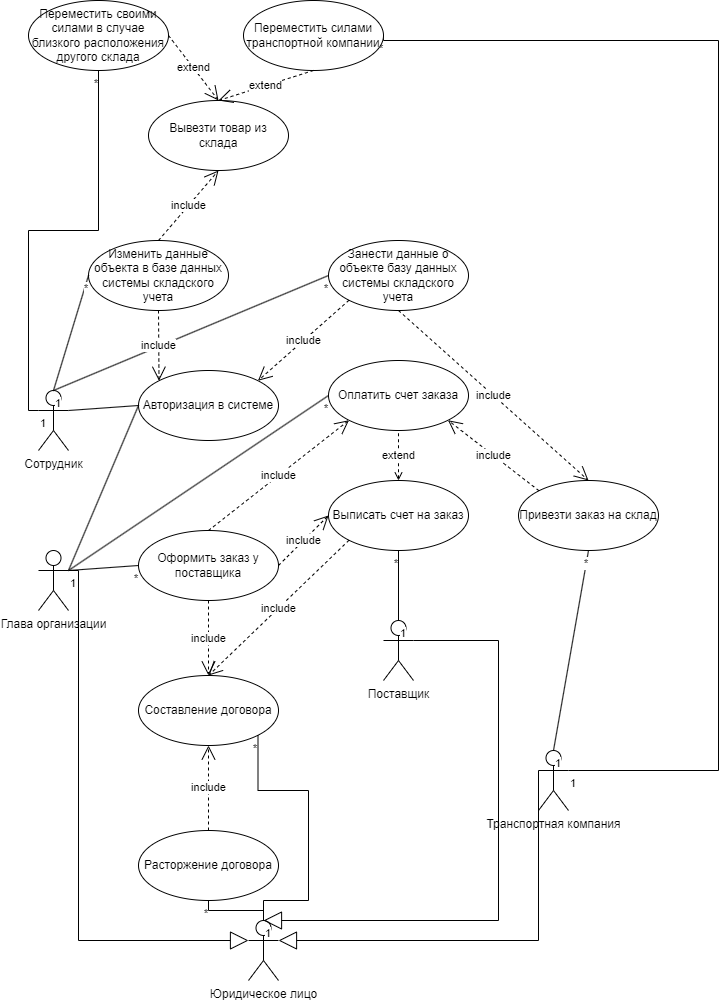
Before: lab01/use-case.png, a diagram exported from draw.io (MstislavRomanovski/UML). Source tidied: cells renumbered, new cells last; positions are measured from the earlier drawing's top-left corner, leaving out a move shared by most shapes.
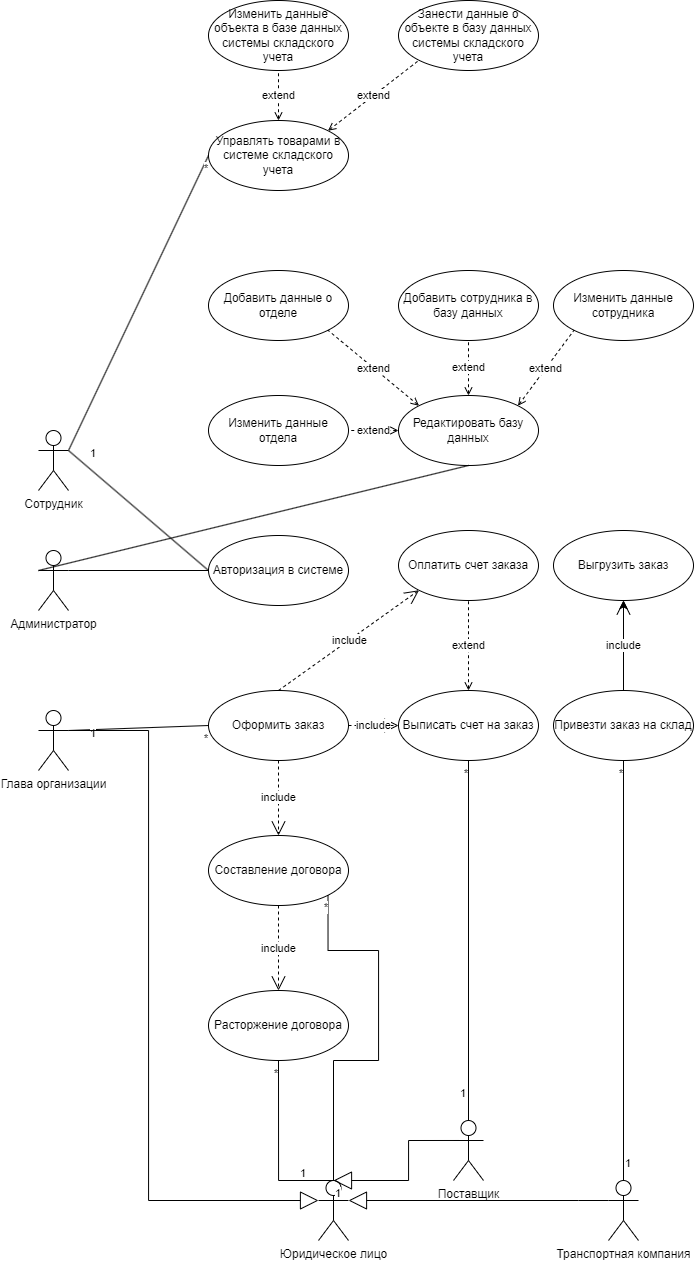
The same diagram one commit later.

Diff of the diagram source:
```diff
@@ -5,20 +5,17 @@
     <mxCell id="2" value="Сотрудник" style="shape=umlActor;verticalLabelPosition=bottom;verticalAlign=top;html=1;outlineConnect=0;" parent="1" vertex="1">
-      <mxGeometry x="10" y="390" width="30" height="60" as="geometry" />
+      <mxGeometry x="-60" y="270" width="30" height="60" as="geometry" />
     </mxCell>
-    <mxCell id="3" value="Занести данные о объекте базу данных системы складского учета" style="ellipse;whiteSpace=wrap;html=1;" parent="1" vertex="1">
-      <mxGeometry x="300" y="240" width="140" height="70" as="geometry" />
-    </mxCell>
     <mxCell id="4" value="Изменить данные объекта в базе данных системы складского учета" style="ellipse;whiteSpace=wrap;html=1;" parent="1" vertex="1">
-      <mxGeometry x="60" y="240" width="140" height="70" as="geometry" />
+      <mxGeometry x="110" y="-160" width="140" height="70" as="geometry" />
     </mxCell>
     <mxCell id="5" value="Авторизация в системе" style="ellipse;whiteSpace=wrap;html=1;" parent="1" vertex="1">
-      <mxGeometry x="110" y="370" width="140" height="70" as="geometry" />
+      <mxGeometry x="110" y="375" width="140" height="70" as="geometry" />
     </mxCell>
     <mxCell id="6" value="Глава организации" style="shape=umlActor;verticalLabelPosition=bottom;verticalAlign=top;html=1;outlineConnect=0;" parent="1" vertex="1">
-      <mxGeometry x="10" y="550" width="30" height="60" as="geometry" />
+      <mxGeometry x="-60" y="550" width="30" height="60" as="geometry" />
     </mxCell>
     <mxCell id="7" value="Поставщик" style="shape=umlActor;verticalLabelPosition=bottom;verticalAlign=top;html=1;outlineConnect=0;" parent="1" vertex="1">
-      <mxGeometry x="355" y="620" width="30" height="60" as="geometry" />
+      <mxGeometry x="355" y="960" width="30" height="60" as="geometry" />
     </mxCell>
-    <mxCell id="8" value="Оформить заказ у поставщика" style="ellipse;whiteSpace=wrap;html=1;" parent="1" vertex="1">
+    <mxCell id="8" value="Оформить заказ" style="ellipse;whiteSpace=wrap;html=1;" parent="1" vertex="1">
       <mxGeometry x="110" y="530" width="140" height="70" as="geometry" />
@@ -26,10 +23,10 @@
     <mxCell id="9" value="Выписать счет на заказ" style="ellipse;whiteSpace=wrap;html=1;" parent="1" vertex="1">
-      <mxGeometry x="300" y="480" width="140" height="70" as="geometry" />
+      <mxGeometry x="300" y="530" width="140" height="70" as="geometry" />
     </mxCell>
+    <mxCell id="67" style="edgeStyle=orthogonalEdgeStyle;rounded=0;jettySize=auto;html=1;" parent="1" edge="1" source="10" target="69">
+      <mxGeometry relative="1" as="geometry" />
+    </mxCell>
     <mxCell id="10" value="Привезти заказ на склад" style="ellipse;whiteSpace=wrap;html=1;" parent="1" vertex="1">
-      <mxGeometry x="490" y="480" width="140" height="70" as="geometry" />
+      <mxGeometry x="455" y="530" width="140" height="70" as="geometry" />
     </mxCell>
-    <mxCell id="11" style="endArrow=none;html=1;rounded=0;exitX=1;exitY=0.3333333333333333;exitDx=0;exitDy=0;exitPerimeter=0;entryX=0;entryY=0.5;entryDx=0;entryDy=0;" parent="1" edge="1" source="6" target="5">
-      <mxGeometry relative="1" as="geometry" />
-    </mxCell>
     <mxCell id="12" style="endArrow=none;html=1;rounded=0;entryX=1;entryY=0.3333333333333333;entryDx=0;entryDy=0;entryPerimeter=0;exitX=0;exitY=0.5;exitDx=0;exitDy=0;" parent="1" edge="1" source="5" target="2">
@@ -41,3 +38,5 @@
     <mxCell id="14" value="1" style="edgeLabel;html=1;align=left;verticalAlign=top;" parent="13" vertex="1">
-      <mxGeometry x="-1" relative="1" as="geometry" />
+      <mxGeometry x="-1" relative="1" as="geometry">
+        <mxPoint x="-10" y="-40" as="offset" />
+      </mxGeometry>
     </mxCell>
@@ -49,5 +48,2 @@
     </mxCell>
-    <mxCell id="17" value="include" style="endArrow=open;endSize=12;dashed=1;html=1;rounded=0;entryX=0.5;entryY=0;entryDx=0;entryDy=0;exitX=0.5;exitY=1;exitDx=0;exitDy=0;" parent="1" edge="1" source="3" target="10">
-      <mxGeometry relative="1" as="geometry" />
-    </mxCell>
     <mxCell id="18" style="endArrow=none;html=1;startArrow=none;startFill=0;rounded=0;exitX=1;exitY=0.3333333333333333;exitDx=0;exitDy=0;exitPerimeter=0;entryX=0;entryY=0.5;entryDx=0;entryDy=0;endFill=0;" parent="1" edge="1" source="6" target="8">
@@ -56,3 +52,5 @@
     <mxCell id="19" value="1" style="edgeLabel;html=1;align=left;verticalAlign=top;" parent="18" vertex="1">
-      <mxGeometry x="-1" relative="1" as="geometry" />
+      <mxGeometry x="-1" relative="1" as="geometry">
+        <mxPoint x="20" y="-10" as="offset" />
+      </mxGeometry>
     </mxCell>
@@ -61,12 +59,3 @@
     </mxCell>
-    <mxCell id="21" style="endArrow=none;html=1;startArrow=none;startFill=0;rounded=0;exitX=0.5;exitY=0;exitDx=0;exitDy=0;exitPerimeter=0;entryX=0;entryY=0.5;entryDx=0;entryDy=0;endFill=0;" parent="1" edge="1" source="2" target="4">
-      <mxGeometry relative="1" as="geometry" />
-    </mxCell>
-    <mxCell id="22" value="1" style="edgeLabel;html=1;align=left;verticalAlign=top;" parent="21" vertex="1">
-      <mxGeometry x="-1" relative="1" as="geometry" />
-    </mxCell>
-    <mxCell id="23" value="*" style="edgeLabel;html=1;align=right;verticalAlign=top;" parent="21" vertex="1">
-      <mxGeometry x="1" relative="1" as="geometry" />
-    </mxCell>
-    <mxCell id="24" style="endArrow=none;html=1;startArrow=none;startFill=0;rounded=0;exitX=0.5;exitY=0;exitDx=0;exitDy=0;exitPerimeter=0;entryX=0;entryY=0.5;entryDx=0;entryDy=0;endFill=0;" parent="1" edge="1" source="2" target="3">
+    <mxCell id="24" style="endArrow=none;html=1;startArrow=none;startFill=0;rounded=0;exitX=1;exitY=0.3333333333333333;exitDx=0;exitDy=0;exitPerimeter=0;entryX=0;entryY=0.5;entryDx=0;entryDy=0;endFill=0;" parent="1" edge="1" source="2" target="83">
       <mxGeometry relative="1" as="geometry" />
@@ -74,3 +63,5 @@
     <mxCell id="25" value="1" style="edgeLabel;html=1;align=left;verticalAlign=top;" parent="24" vertex="1">
-      <mxGeometry x="-1" relative="1" as="geometry" />
+      <mxGeometry x="-1" relative="1" as="geometry">
+        <mxPoint x="20" y="-10" as="offset" />
+      </mxGeometry>
     </mxCell>
@@ -80,3 +71,3 @@
     <mxCell id="27" value="Транспортная компания&lt;br&gt;" style="shape=umlActor;verticalLabelPosition=bottom;verticalAlign=top;html=1;" parent="1" vertex="1">
-      <mxGeometry x="510" y="750" width="30" height="60" as="geometry" />
+      <mxGeometry x="510" y="1020" width="30" height="60" as="geometry" />
     </mxCell>
@@ -86,3 +77,5 @@
     <mxCell id="29" value="1" style="edgeLabel;html=1;align=left;verticalAlign=top;" parent="28" vertex="1">
-      <mxGeometry x="-1" relative="1" as="geometry" />
+      <mxGeometry x="-1" relative="1" as="geometry">
+        <mxPoint y="-30" as="offset" />
+      </mxGeometry>
     </mxCell>
@@ -92,3 +85,3 @@
     <mxCell id="31" value="Оплатить счет заказа" style="ellipse;whiteSpace=wrap;html=1;" parent="1" vertex="1">
-      <mxGeometry x="300" y="360" width="140" height="70" as="geometry" />
+      <mxGeometry x="300" y="370" width="140" height="70" as="geometry" />
     </mxCell>
@@ -97,17 +90,2 @@
     </mxCell>
-    <mxCell id="33" style="endArrow=none;html=1;startArrow=none;startFill=0;rounded=0;exitX=1;exitY=0.3333333333333333;exitDx=0;exitDy=0;exitPerimeter=0;entryX=0;entryY=0.5;entryDx=0;entryDy=0;endFill=0;" parent="1" edge="1" source="6" target="31">
-      <mxGeometry relative="1" as="geometry" />
-    </mxCell>
-    <mxCell id="34" value="1" style="edgeLabel;html=1;align=left;verticalAlign=top;" parent="33" vertex="1">
-      <mxGeometry x="-1" relative="1" as="geometry" />
-    </mxCell>
-    <mxCell id="35" value="*" style="edgeLabel;html=1;align=right;verticalAlign=top;" parent="33" vertex="1">
-      <mxGeometry x="1" relative="1" as="geometry" />
-    </mxCell>
-    <mxCell id="36" value="include" style="endArrow=open;endSize=12;dashed=1;html=1;rounded=0;entryX=1;entryY=1;entryDx=0;entryDy=0;exitX=0;exitY=0;exitDx=0;exitDy=0;" parent="1" edge="1" source="10" target="31">
-      <mxGeometry relative="1" as="geometry" />
-    </mxCell>
-    <mxCell id="37" value="Вывезти товар из склада" style="ellipse;whiteSpace=wrap;html=1;" parent="1" vertex="1">
-      <mxGeometry x="120" y="100" width="140" height="70" as="geometry" />
-    </mxCell>
     <mxCell id="38" value="Составление договора" style="ellipse;whiteSpace=wrap;html=1;" parent="1" vertex="1">
@@ -118,5 +96,2 @@
     </mxCell>
-    <mxCell id="40" value="include" style="endArrow=open;endSize=12;dashed=1;html=1;rounded=0;entryX=0.5;entryY=0;entryDx=0;entryDy=0;exitX=0;exitY=1;exitDx=0;exitDy=0;" parent="1" edge="1" source="9" target="38">
-      <mxGeometry relative="1" as="geometry" />
-    </mxCell>
     <mxCell id="41" value="Расторжение договора" style="ellipse;whiteSpace=wrap;html=1;" parent="1" vertex="1">
@@ -124,50 +99,2 @@
     </mxCell>
-    <mxCell id="42" value="include" style="endArrow=open;endSize=12;dashed=1;html=1;rounded=0;exitX=0;exitY=1;exitDx=0;exitDy=0;entryX=1;entryY=0;entryDx=0;entryDy=0;" parent="1" edge="1" source="3" target="5">
-      <mxGeometry relative="1" as="geometry" />
-    </mxCell>
-    <mxCell id="43" value="include" style="endArrow=open;endSize=12;dashed=1;html=1;rounded=0;exitX=0.5;exitY=1;exitDx=0;exitDy=0;entryX=0;entryY=0;entryDx=0;entryDy=0;" parent="1" edge="1" source="4" target="5">
-      <mxGeometry relative="1" as="geometry" />
-    </mxCell>
-    <mxCell id="44" value="include" style="endArrow=open;endSize=12;dashed=1;html=1;rounded=0;exitX=0.5;exitY=0;exitDx=0;exitDy=0;entryX=0.5;entryY=1;entryDx=0;entryDy=0;" parent="1" edge="1" source="4" target="37">
-      <mxGeometry relative="1" as="geometry" />
-    </mxCell>
-    <mxCell id="45" style="endArrow=none;html=1;startArrow=none;startFill=0;rounded=0;exitX=0;exitY=0.3333333333333333;exitDx=0;exitDy=0;exitPerimeter=0;endFill=0;edgeStyle=orthogonalEdgeStyle;entryX=0.5;entryY=1;entryDx=0;entryDy=0;" parent="1" edge="1" source="2" target="48">
-      <mxGeometry relative="1" as="geometry" />
-    </mxCell>
-    <mxCell id="46" value="1" style="edgeLabel;html=1;align=left;verticalAlign=top;" parent="45" vertex="1">
-      <mxGeometry x="-1" relative="1" as="geometry" />
-    </mxCell>
-    <mxCell id="47" value="*" style="edgeLabel;html=1;align=right;verticalAlign=top;" parent="45" vertex="1">
-      <mxGeometry x="1" relative="1" as="geometry" />
-    </mxCell>
-    <mxCell id="48" value="Переместить своими силами в случае близкого расположения&lt;br&gt;другого склада" style="ellipse;whiteSpace=wrap;html=1;" parent="1" vertex="1">
-      <mxGeometry width="140" height="70" as="geometry" />
-    </mxCell>
-    <mxCell id="49" style="endArrow=none;html=1;startArrow=none;startFill=0;rounded=0;exitX=1;exitY=0.3333333333333333;exitDx=0;exitDy=0;exitPerimeter=0;endFill=0;edgeStyle=orthogonalEdgeStyle;entryX=1;entryY=0.5;entryDx=0;entryDy=0;" parent="1" edge="1" source="27" target="54">
-      <mxGeometry relative="1" as="geometry">
-        <Array as="points">
-          <mxPoint x="690" y="770" />
-          <mxPoint x="690" y="40" />
-          <mxPoint x="355" y="40" />
-        </Array>
-      </mxGeometry>
-    </mxCell>
-    <mxCell id="50" value="1" style="edgeLabel;html=1;align=left;verticalAlign=top;" parent="49" vertex="1">
-      <mxGeometry x="-1" relative="1" as="geometry" />
-    </mxCell>
-    <mxCell id="51" value="*" style="edgeLabel;html=1;align=right;verticalAlign=top;" parent="49" vertex="1">
-      <mxGeometry x="1" relative="1" as="geometry" />
-    </mxCell>
-    <mxCell id="52" value="include" style="endArrow=open;endSize=12;dashed=1;html=1;rounded=0;entryX=0.5;entryY=1;entryDx=0;entryDy=0;exitX=0.5;exitY=0;exitDx=0;exitDy=0;" parent="1" edge="1" source="41" target="38">
-      <mxGeometry relative="1" as="geometry" />
-    </mxCell>
-    <mxCell id="53" value="extend" style="endArrow=open;endSize=12;dashed=1;html=1;rounded=0;entryX=0.5;entryY=0;entryDx=0;entryDy=0;exitX=1;exitY=0.5;exitDx=0;exitDy=0;" parent="1" edge="1" source="48" target="37">
-      <mxGeometry relative="1" as="geometry" />
-    </mxCell>
-    <mxCell id="54" value="Переместить силами транспортной компании" style="ellipse;whiteSpace=wrap;html=1;" parent="1" vertex="1">
-      <mxGeometry x="215" width="140" height="70" as="geometry" />
-    </mxCell>
-    <mxCell id="55" value="extend" style="endArrow=open;endSize=12;dashed=1;html=1;rounded=0;entryX=0.5;entryY=0;entryDx=0;entryDy=0;exitX=0.5;exitY=1;exitDx=0;exitDy=0;" parent="1" edge="1" source="54" target="37">
-      <mxGeometry relative="1" as="geometry" />
-    </mxCell>
     <mxCell id="56" value="include" style="endArrow=open;endSize=12;dashed=1;html=1;rounded=0;entryX=0;entryY=1;entryDx=0;entryDy=0;exitX=0.5;exitY=0;exitDx=0;exitDy=0;" parent="1" edge="1" source="8" target="31">
@@ -176,3 +103,3 @@
     <mxCell id="57" value="Юридическое лицо" style="shape=umlActor;verticalLabelPosition=bottom;verticalAlign=top;html=1;" parent="1" vertex="1">
-      <mxGeometry x="220" y="920" width="30" height="60" as="geometry" />
+      <mxGeometry x="220" y="1020" width="30" height="60" as="geometry" />
     </mxCell>
@@ -182,3 +109,3 @@
           <mxPoint x="50" y="570" />
-          <mxPoint x="50" y="940" />
+          <mxPoint x="50" y="1040" />
         </Array>
@@ -186,7 +113,7 @@
     </mxCell>
-    <mxCell id="59" style="endArrow=block;endSize=16;endFill=0;html=1;rounded=0;exitX=1;exitY=0.3333333333333333;exitDx=0;exitDy=0;exitPerimeter=0;entryX=1;entryY=0.3333333333333333;entryDx=0;entryDy=0;entryPerimeter=0;edgeStyle=orthogonalEdgeStyle;" parent="1" edge="1" target="57">
+    <mxCell id="59" style="endArrow=block;endSize=16;endFill=0;html=1;rounded=0;exitX=0;exitY=0.3333333333333333;exitDx=0;exitDy=0;exitPerimeter=0;entryX=1;entryY=0.3333333333333333;entryDx=0;entryDy=0;entryPerimeter=0;edgeStyle=orthogonalEdgeStyle;" parent="1" edge="1" source="27" target="57">
       <mxGeometry relative="1" as="geometry">
-        <mxPoint x="510" y="770" as="sourcePoint" />
         <Array as="points">
-          <mxPoint x="510" y="940" />
+          <mxPoint x="480" y="1040" />
+          <mxPoint x="480" y="1040" />
         </Array>
@@ -194,7 +121,7 @@
     </mxCell>
-    <mxCell id="60" style="endArrow=block;endSize=16;endFill=0;html=1;rounded=0;exitX=1;exitY=0.3333333333333333;exitDx=0;exitDy=0;exitPerimeter=0;entryX=0.5;entryY=0;entryDx=0;entryDy=0;entryPerimeter=0;edgeStyle=orthogonalEdgeStyle;" parent="1" edge="1" source="7" target="57">
+    <mxCell id="60" style="endArrow=block;endSize=16;endFill=0;html=1;rounded=0;entryX=0.5;entryY=0;entryDx=0;entryDy=0;entryPerimeter=0;edgeStyle=orthogonalEdgeStyle;exitX=0.167;exitY=0.333;exitDx=0;exitDy=0;exitPerimeter=0;" parent="1" edge="1" source="7" target="57">
       <mxGeometry relative="1" as="geometry">
         <Array as="points">
-          <mxPoint x="470" y="640" />
-          <mxPoint x="470" y="920" />
+          <mxPoint x="310" y="980" />
+          <mxPoint x="310" y="1020" />
         </Array>
@@ -203,3 +130,7 @@
     <mxCell id="61" style="endArrow=none;html=1;startArrow=none;startFill=0;rounded=0;exitX=0.5;exitY=0;exitDx=0;exitDy=0;exitPerimeter=0;entryX=0.5;entryY=1;entryDx=0;entryDy=0;endFill=0;edgeStyle=orthogonalEdgeStyle;" parent="1" edge="1" source="57" target="41">
-      <mxGeometry relative="1" as="geometry" />
+      <mxGeometry relative="1" as="geometry">
+        <Array as="points">
+          <mxPoint x="180" y="1020" />
+        </Array>
+      </mxGeometry>
     </mxCell>
@@ -222,3 +153,5 @@
     <mxCell id="65" value="1" style="edgeLabel;html=1;align=left;verticalAlign=top;" parent="64" vertex="1">
-      <mxGeometry x="-1" relative="1" as="geometry" />
+      <mxGeometry x="-1" relative="1" as="geometry">
+        <mxPoint x="-35" y="-20" as="offset" />
+      </mxGeometry>
     </mxCell>
@@ -227,2 +160,61 @@
     </mxCell>
+    <mxCell id="68" value="include" style="endArrow=open;endSize=12;dashed=1;html=1;rounded=0;exitX=0.5;exitY=1;exitDx=0;exitDy=0;" parent="1" edge="1" source="38" target="41">
+      <mxGeometry relative="1" as="geometry" />
+    </mxCell>
+    <mxCell id="69" value="Выгрузить заказ" style="ellipse;whiteSpace=wrap;html=1;" parent="1" vertex="1">
+      <mxGeometry x="455" y="370" width="140" height="70" as="geometry" />
+    </mxCell>
+    <mxCell id="52" value="include" style="endArrow=open;endSize=12;dashed=1;html=1;rounded=0;entryX=0.5;entryY=1;entryDx=0;entryDy=0;exitX=0.5;exitY=0;exitDx=0;exitDy=0;" parent="1" edge="1" source="10" target="69">
+      <mxGeometry relative="1" as="geometry" />
+    </mxCell>
+    <mxCell id="70" value="extend" style="endArrow=none;endSize=12;dashed=1;html=1;rounded=0;entryX=0.5;entryY=1;entryDx=0;entryDy=0;exitX=0.5;exitY=0;exitDx=0;exitDy=0;startArrow=open;startFill=0;endFill=0;" parent="1" edge="1" target="4">
+      <mxGeometry relative="1" as="geometry">
+        <mxPoint x="180" y="-40" as="sourcePoint" />
+      </mxGeometry>
+    </mxCell>
+    <mxCell id="71" value="Администратор" style="shape=umlActor;verticalLabelPosition=bottom;verticalAlign=top;html=1;outlineConnect=0;" parent="1" vertex="1">
+      <mxGeometry x="-60" y="390" width="30" height="60" as="geometry" />
+    </mxCell>
+    <mxCell id="72" style="endArrow=none;html=1;rounded=0;exitX=1;exitY=0.3333333333333333;exitDx=0;exitDy=0;exitPerimeter=0;entryX=0;entryY=0.5;entryDx=0;entryDy=0;" parent="1" edge="1" source="71" target="5">
+      <mxGeometry relative="1" as="geometry" />
+    </mxCell>
+    <mxCell id="73" value="Редактировать базу данных" style="ellipse;whiteSpace=wrap;html=1;" parent="1" vertex="1">
+      <mxGeometry x="300" y="235" width="140" height="70" as="geometry" />
+    </mxCell>
+    <mxCell id="74" style="endArrow=none;html=1;rounded=0;exitX=0.5;exitY=1;exitDx=0;exitDy=0;entryX=0;entryY=0.3333333333333333;entryDx=0;entryDy=0;entryPerimeter=0;" parent="1" edge="1" source="73" target="71">
+      <mxGeometry relative="1" as="geometry" />
+    </mxCell>
+    <mxCell id="75" value="Добавить сотрудника в базу данных" style="ellipse;whiteSpace=wrap;html=1;" parent="1" vertex="1">
+      <mxGeometry x="300" y="110" width="140" height="70" as="geometry" />
+    </mxCell>
+    <mxCell id="76" value="extend" style="endArrow=none;endSize=12;dashed=1;html=1;rounded=0;entryX=0.5;entryY=1;entryDx=0;entryDy=0;exitX=0.5;exitY=0;exitDx=0;exitDy=0;startArrow=open;startFill=0;endFill=0;" parent="1" edge="1" source="73" target="75">
+      <mxGeometry relative="1" as="geometry" />
+    </mxCell>
+    <mxCell id="77" value="Изменить данные сотрудника" style="ellipse;whiteSpace=wrap;html=1;" parent="1" vertex="1">
+      <mxGeometry x="455" y="110" width="140" height="70" as="geometry" />
+    </mxCell>
+    <mxCell id="78" value="extend" style="endArrow=none;endSize=12;dashed=1;html=1;rounded=0;entryX=0;entryY=1;entryDx=0;entryDy=0;exitX=1;exitY=0;exitDx=0;exitDy=0;startArrow=open;startFill=0;endFill=0;" parent="1" edge="1" source="73" target="77">
+      <mxGeometry relative="1" as="geometry" />
+    </mxCell>
+    <mxCell id="79" value="Добавить данные о отделе" style="ellipse;whiteSpace=wrap;html=1;" parent="1" vertex="1">
+      <mxGeometry x="110" y="110" width="140" height="70" as="geometry" />
+    </mxCell>
+    <mxCell id="80" value="extend" style="endArrow=none;endSize=12;dashed=1;html=1;rounded=0;entryX=1;entryY=1;entryDx=0;entryDy=0;exitX=0;exitY=0;exitDx=0;exitDy=0;startArrow=open;startFill=0;endFill=0;" parent="1" edge="1" source="73" target="79">
+      <mxGeometry relative="1" as="geometry" />
+    </mxCell>
+    <mxCell id="81" value="Изменить данные отдела" style="ellipse;whiteSpace=wrap;html=1;" parent="1" vertex="1">
+      <mxGeometry x="110" y="235" width="140" height="70" as="geometry" />
+    </mxCell>
+    <mxCell id="82" value="extend" style="endArrow=none;endSize=12;dashed=1;html=1;rounded=0;entryX=1;entryY=0.5;entryDx=0;entryDy=0;exitX=0;exitY=0.5;exitDx=0;exitDy=0;startArrow=open;startFill=0;endFill=0;" parent="1" edge="1" source="73" target="81">
+      <mxGeometry relative="1" as="geometry" />
+    </mxCell>
+    <mxCell id="83" value="Управлять товарами в системе складского учета" style="ellipse;whiteSpace=wrap;html=1;" parent="1" vertex="1">
+      <mxGeometry x="110" y="-40" width="140" height="70" as="geometry" />
+    </mxCell>
+    <mxCell id="84" value="Занести данные о объекте в базу данных системы складского учета" style="ellipse;whiteSpace=wrap;html=1;" parent="1" vertex="1">
+      <mxGeometry x="300" y="-160" width="140" height="70" as="geometry" />
+    </mxCell>
+    <mxCell id="85" value="extend" style="endArrow=none;endSize=12;dashed=1;html=1;rounded=0;entryX=0;entryY=1;entryDx=0;entryDy=0;exitX=1;exitY=0;exitDx=0;exitDy=0;startArrow=open;startFill=0;endFill=0;" parent="1" edge="1" source="83" target="84">
+      <mxGeometry relative="1" as="geometry" />
+    </mxCell>
   </root>
```
